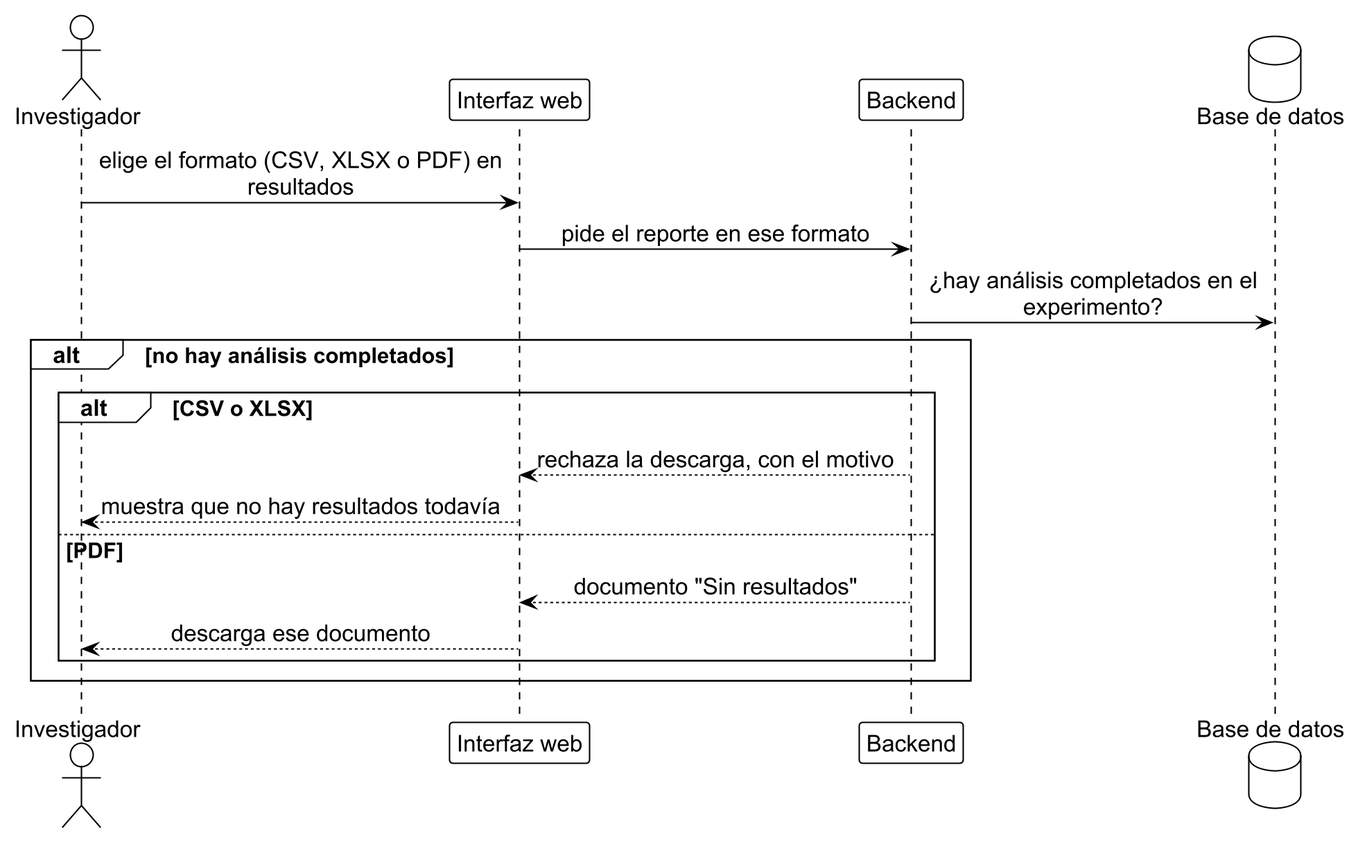
Earlier version of the PlantUML export diagramas/seq_diapositivas/rep_1.png (ErickJester/fst-ai-system-latex). Its diagram source:
```plantuml
@startuml rep_1
!include ../estilo_doc.iuml
skinparam dpi 200
actor Investigador as inv
participant "Interfaz web" as ui
participant Backend as api
database "Base de datos" as db

inv -> ui: elige el formato (CSV, XLSX o PDF) en\nresultados
ui -> api: pide el reporte en ese formato
api -> db: ¿hay análisis completados en el\nexperimento?
alt no hay análisis completados
  alt CSV o XLSX
    api --> ui: rechaza la descarga, con el motivo
    ui --> inv: muestra que no hay resultados todavía
  else PDF
    api --> ui: documento "Sin resultados"
    ui --> inv: descarga ese documento
  end
end
@enduml
```
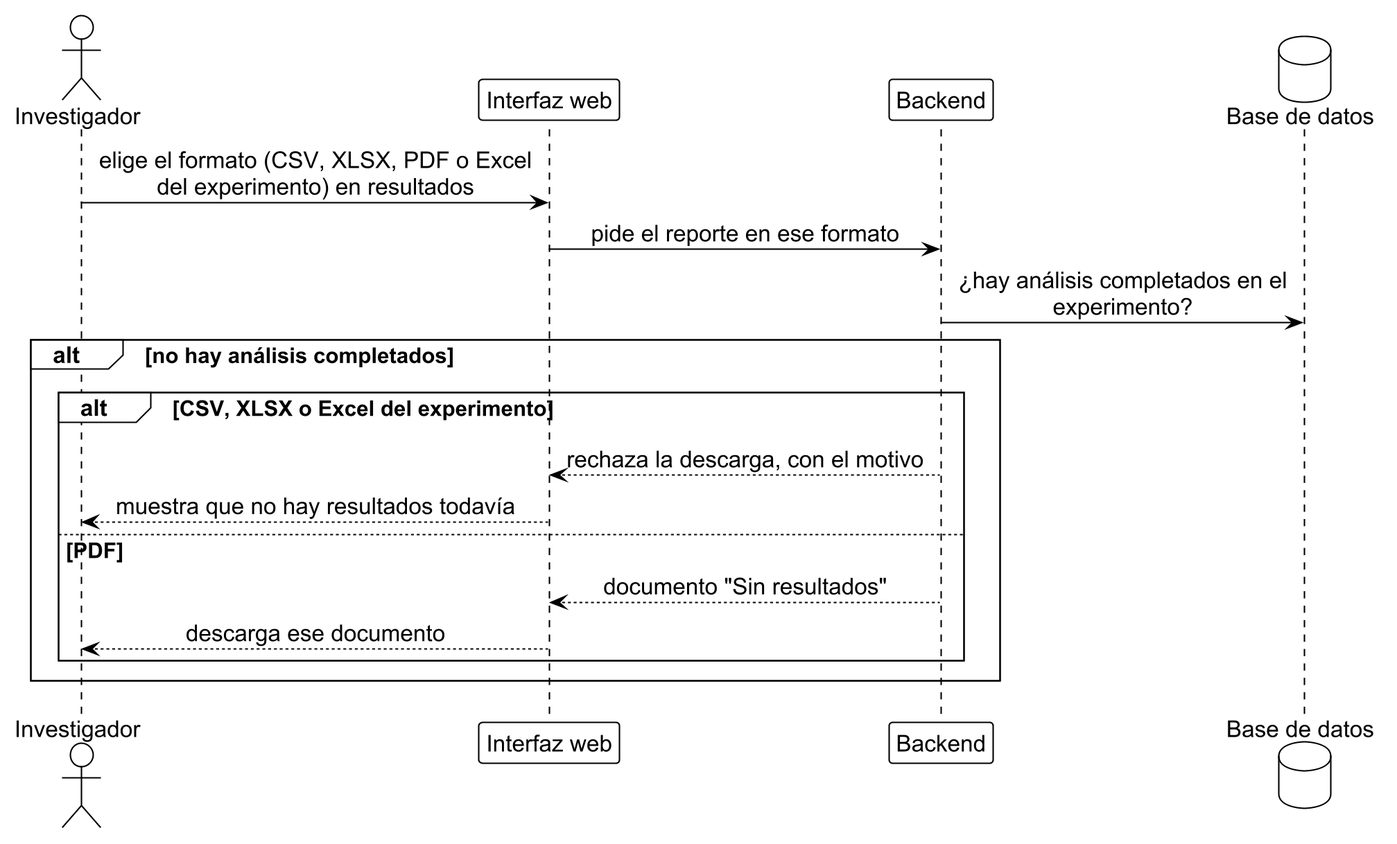
Above is the later version.

The edit, as a diff of the source:
```diff
@@ -6,11 +6,11 @@
 participant Backend as api
 database "Base de datos" as db
 
-inv -> ui: elige el formato (CSV, XLSX o PDF) en\nresultados
+inv -> ui: elige el formato (CSV, XLSX, PDF o Excel\ndel experimento) en resultados
 ui -> api: pide el reporte en ese formato
 api -> db: ¿hay análisis completados en el\nexperimento?
 alt no hay análisis completados
-  alt CSV o XLSX
+  alt CSV, XLSX o Excel del experimento
     api --> ui: rechaza la descarga, con el motivo
     ui --> inv: muestra que no hay resultados todavía
   else PDF
```
